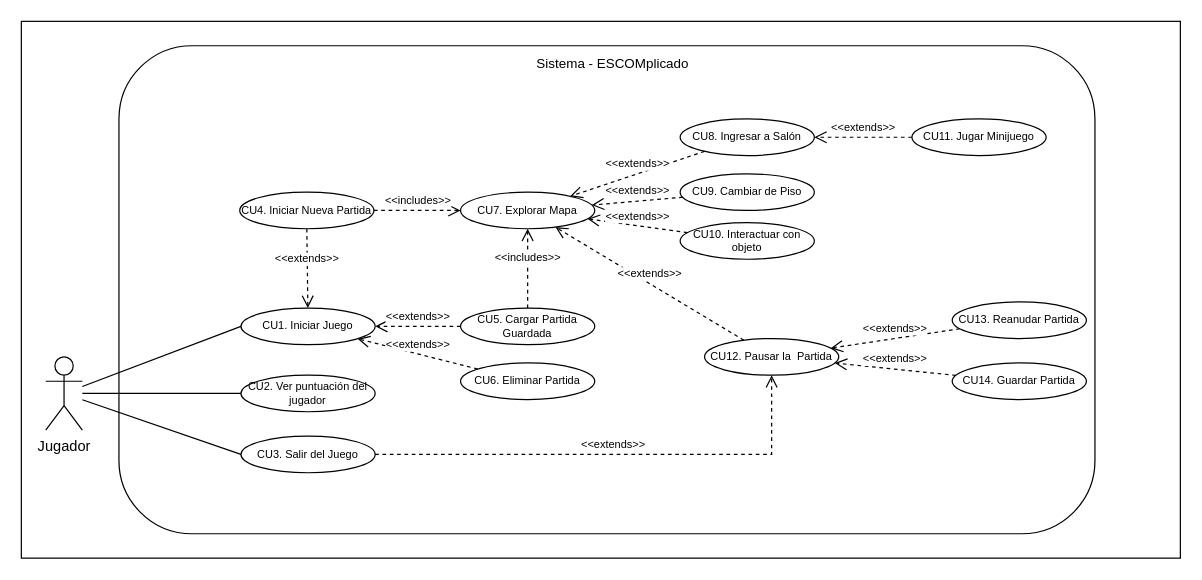
Earlier version of the draw.io diagram Diagrams/casos-de-uso.drawio (bdominguez99/Escomplicado). Source tidied: cells renumbered, new cells numbered last; positions are measured from the earlier drawing's top-left corner, leaving out a move shared by most shapes. Both pictures are drawn from the tidied source at 122%, with x=0, y=0 at pixel (21, 21).
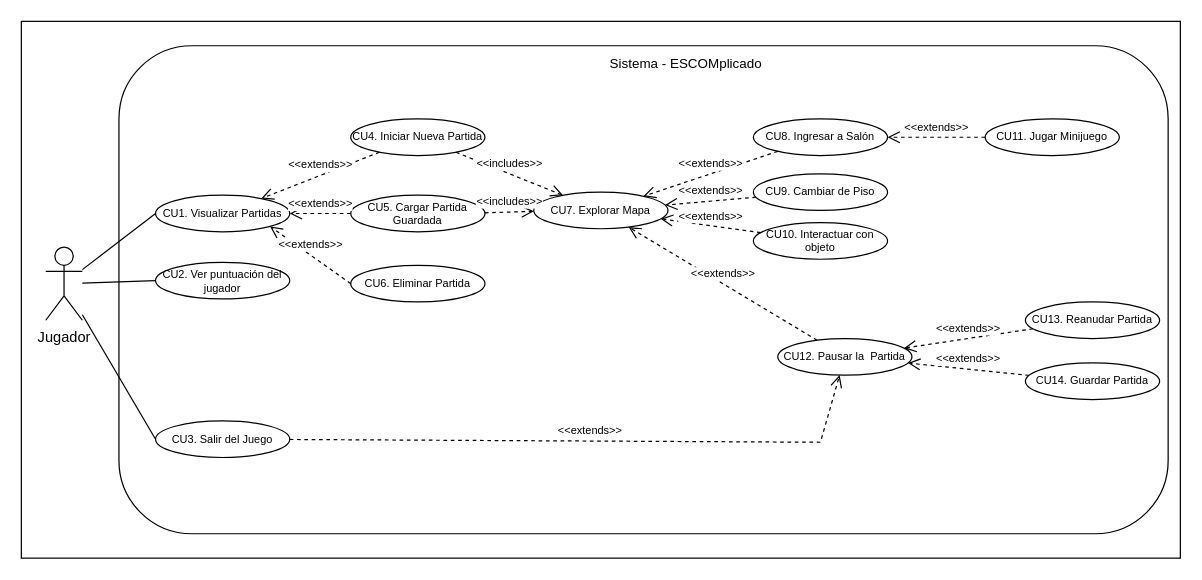
After the change.

What changed in the source:
```diff
@@
     <mxCell id="3" style="rounded=1;whiteSpace=wrap;html=1;fontSize=7;" parent="1" vertex="1">
-      <mxGeometry x="80" y="20" width="800" height="400" as="geometry" />
+      <mxGeometry x="80" y="20" width="860" height="400" as="geometry" />
     </mxCell>
     <mxCell id="4" value="Jugador" style="shape=umlActor;verticalLabelPosition=bottom;verticalAlign=top;html=1;outlineConnect=0;" parent="1" vertex="1">
-      <mxGeometry x="20" y="275" width="30" height="60" as="geometry" />
+      <mxGeometry x="20" y="185" width="30" height="60" as="geometry" />
     </mxCell>
-    <mxCell id="5" value="CU1. Iniciar Juego" style="ellipse;whiteSpace=wrap;html=1;fontSize=9;" parent="1" vertex="1">
-      <mxGeometry x="180" y="235" width="110" height="30" as="geometry" />
+    <mxCell id="5" value="CU1. Visualizar Partidas" style="ellipse;whiteSpace=wrap;html=1;fontSize=9;" parent="1" vertex="1">
+      <mxGeometry x="110" y="142.5" width="110" height="30" as="geometry" />
     </mxCell>
     <mxCell id="6" value="CU3. Salir del Juego" style="ellipse;whiteSpace=wrap;html=1;fontSize=9;" parent="1" vertex="1">
-      <mxGeometry x="180" y="340" width="110" height="30" as="geometry" />
+      <mxGeometry x="110" y="327.5" width="110" height="30" as="geometry" />
     </mxCell>
     <mxCell id="7" value="CU11. Jugar Minijuego" style="ellipse;whiteSpace=wrap;html=1;fontSize=9;" parent="1" vertex="1">
-      <mxGeometry x="730" y="80" width="110" height="30" as="geometry" />
+      <mxGeometry x="790" y="80" width="110" height="30" as="geometry" />
     </mxCell>
     <mxCell id="8" value="CU8. Ingresar a Salón" style="ellipse;whiteSpace=wrap;html=1;fontSize=9;" parent="1" vertex="1">
-      <mxGeometry x="540" y="80" width="110" height="30" as="geometry" />
+      <mxGeometry x="600" y="80" width="110" height="30" as="geometry" />
     </mxCell>
     <mxCell id="9" value="CU5. Cargar Partida Guardada" style="ellipse;whiteSpace=wrap;html=1;fontSize=9;" parent="1" vertex="1">
-      <mxGeometry x="360" y="235" width="110" height="30" as="geometry" />
+      <mxGeometry x="270" y="142.5" width="110" height="30" as="geometry" />
     </mxCell>
     <mxCell id="10" value="CU6. Eliminar Partida" style="ellipse;whiteSpace=wrap;html=1;fontSize=9;" parent="1" vertex="1">
-      <mxGeometry x="360" y="280" width="110" height="30" as="geometry" />
+      <mxGeometry x="270" y="200" width="110" height="30" as="geometry" />
     </mxCell>
     <mxCell id="11" value="CU9. Cambiar de Piso" style="ellipse;whiteSpace=wrap;html=1;fontSize=9;" parent="1" vertex="1">
-      <mxGeometry x="540" y="125" width="110" height="30" as="geometry" />
+      <mxGeometry x="600" y="125" width="110" height="30" as="geometry" />
     </mxCell>
     <mxCell id="12" value="CU12. Pausar la&amp;nbsp; Partida" style="ellipse;whiteSpace=wrap;html=1;fontSize=9;" parent="1" vertex="1">
-      <mxGeometry x="560" y="260" width="110" height="30" as="geometry" />
+      <mxGeometry x="620" y="260" width="110" height="30" as="geometry" />
     </mxCell>
     <mxCell id="13" value="CU13. Reanudar Partida" style="ellipse;whiteSpace=wrap;html=1;fontSize=9;" parent="1" vertex="1">
-      <mxGeometry x="763" y="230" width="110" height="30" as="geometry" />
+      <mxGeometry x="823" y="230" width="110" height="30" as="geometry" />
     </mxCell>
     <mxCell id="14" value="CU14. Guardar Partida" style="ellipse;whiteSpace=wrap;html=1;fontSize=9;" parent="1" vertex="1">
-      <mxGeometry x="763" y="280" width="110" height="30" as="geometry" />
+      <mxGeometry x="823" y="280" width="110" height="30" as="geometry" />
     </mxCell>
@@
     <mxCell id="17" value="CU7. Explorar Mapa" style="ellipse;whiteSpace=wrap;html=1;fontSize=9;" parent="1" vertex="1">
-      <mxGeometry x="360" y="140" width="110" height="30" as="geometry" />
+      <mxGeometry x="420" y="140" width="110" height="30" as="geometry" />
     </mxCell>
@@
-    <mxCell id="19" value="&amp;lt;&amp;lt;extends&amp;gt;&amp;gt;" style="html=1;verticalAlign=bottom;endArrow=open;dashed=1;endSize=8;rounded=0;fontSize=9;" parent="1" edge="1" source="9" target="5">
+    <mxCell id="19" value="&amp;lt;&amp;lt;extends&amp;gt;&amp;gt;" style="html=1;verticalAlign=bottom;endArrow=open;dashed=1;endSize=8;rounded=0;fontSize=9;entryX=1;entryY=0.5;entryDx=0;entryDy=0;" parent="1" edge="1" source="9" target="5">
       <mxGeometry relative="1" as="geometry" />
     </mxCell>
-    <mxCell id="20" value="&amp;lt;&amp;lt;extends&amp;gt;&amp;gt;" style="html=1;verticalAlign=bottom;endArrow=open;dashed=1;endSize=8;rounded=0;fontSize=9;" parent="1" edge="1" source="10" target="5">
+    <mxCell id="20" value="&amp;lt;&amp;lt;extends&amp;gt;&amp;gt;" style="html=1;verticalAlign=bottom;endArrow=open;dashed=1;endSize=8;rounded=0;fontSize=9;entryX=1;entryY=1;entryDx=0;entryDy=0;exitX=0;exitY=0.5;exitDx=0;exitDy=0;" parent="1" edge="1" source="10" target="5">
       <mxGeometry relative="1" as="geometry" />
     </mxCell>
@@
     <mxCell id="24" value="&amp;lt;&amp;lt;extends&amp;gt;&amp;gt;" style="html=1;verticalAlign=bottom;endArrow=open;dashed=1;endSize=8;rounded=0;fontSize=9;" parent="1" edge="1" source="6" target="12">
       <mxGeometry relative="1" as="geometry">
         <Array as="points">
-          <mxPoint x="615" y="355" />
+          <mxPoint x="655" y="345" />
         </Array>
       </mxGeometry>
     </mxCell>
@@
     <mxCell id="26" value="Sistema - ESCOMplicado" style="text;html=1;strokeColor=none;fillColor=none;align=center;verticalAlign=middle;whiteSpace=wrap;rounded=0;fontSize=11;" parent="1" vertex="1">
-      <mxGeometry x="410" y="20" width="150" height="30" as="geometry" />
+      <mxGeometry x="470" y="20" width="150" height="30" as="geometry" />
     </mxCell>
     <mxCell id="27" value="CU4. Iniciar Nueva Partida" style="ellipse;whiteSpace=wrap;html=1;fontSize=9;" parent="1" vertex="1">
-      <mxGeometry x="179" y="140" width="110" height="30" as="geometry" />
+      <mxGeometry x="270" y="80" width="110" height="30" as="geometry" />
     </mxCell>
     <mxCell id="28" value="CU2. Ver puntuación del jugador" style="ellipse;whiteSpace=wrap;html=1;fontSize=9;" parent="1" vertex="1">
-      <mxGeometry x="180" y="290" width="110" height="30" as="geometry" />
+      <mxGeometry x="110" y="197.5" width="110" height="30" as="geometry" />
     </mxCell>
     <mxCell id="29" value="CU10. Interactuar con objeto" style="ellipse;whiteSpace=wrap;html=1;fontSize=9;" parent="1" vertex="1">
-      <mxGeometry x="540" y="165" width="110" height="30" as="geometry" />
+      <mxGeometry x="600" y="165" width="110" height="30" as="geometry" />
     </mxCell>
```
